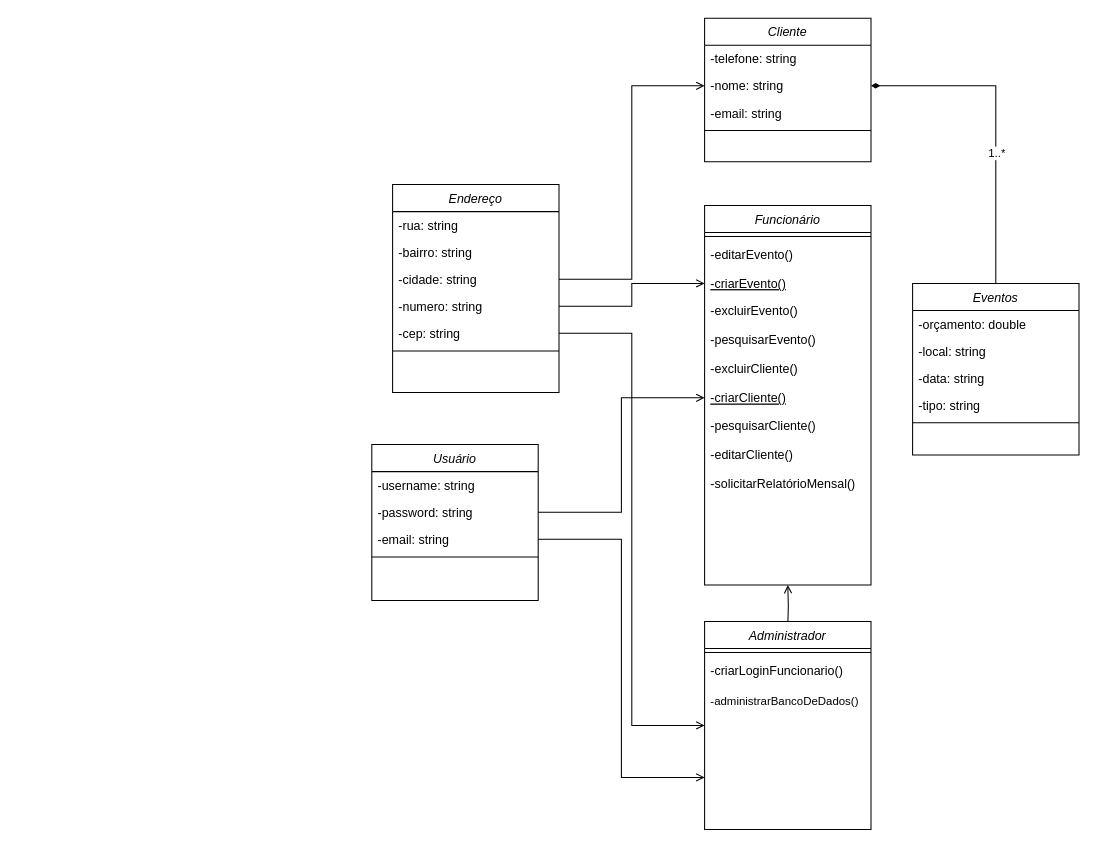
This is 4° Período/Análise e Projeto de Sistemas (Janderson)/Atividade 02/Diagrama de Classes (Buffet LuDa)atualizado.drawio from lucaslucenak/cc-UEPB, a draw.io file, before an edit. Source tidied: cells renumbered, new cells numbered last; positions are measured from the earlier drawing's top-left corner, leaving out a move shared by most shapes. Both pictures are drawn from the tidied source at 104%, with x=0, y=0 at pixel (371, 18).
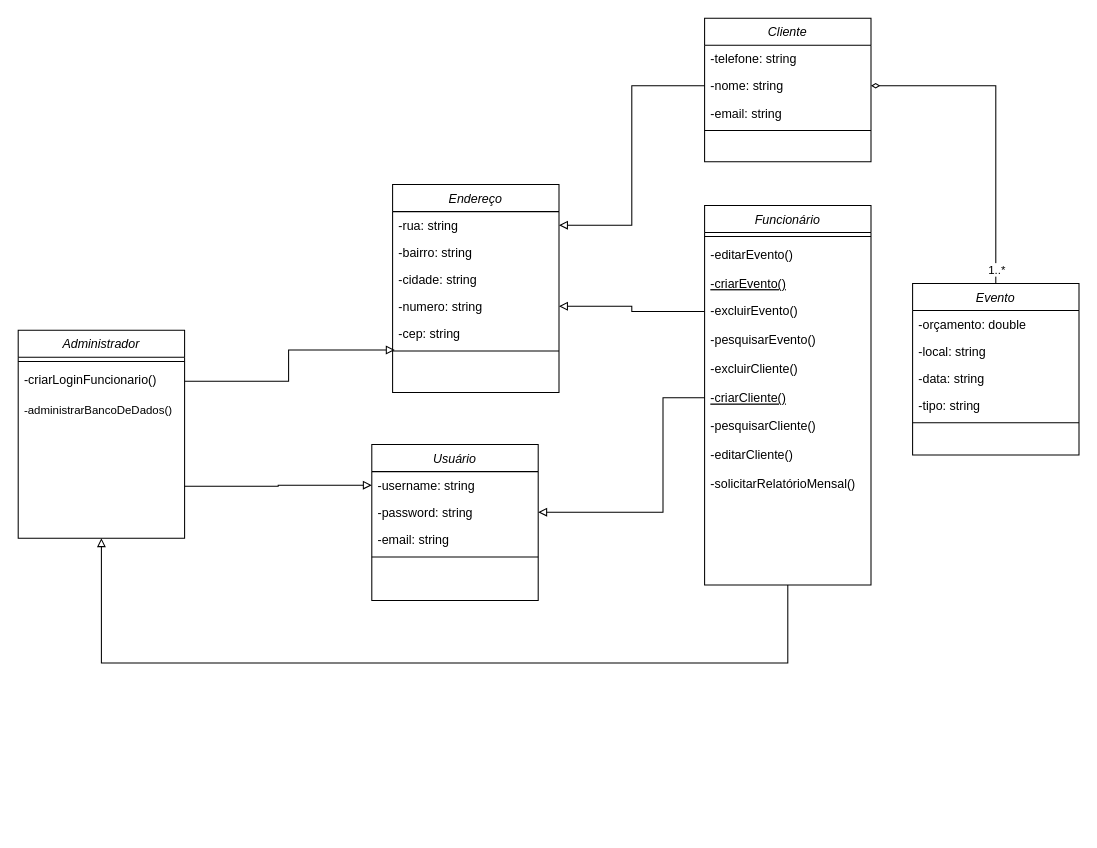
Above is the later version.

The change refers to these unchanged cells:
```xml
<mxCell id="4" value="-nome: string" style="text;align=left;verticalAlign=top;spacingLeft=4;spacingRight=4;overflow=hidden;points=[[0,0.5],[1,0.5]];portConstraint=eastwest;" parent="2" vertex="1">
  <mxGeometry y="52" width="160" height="26" as="geometry" />
</mxCell>
<mxCell id="7" value="Funcionário" style="swimlane;fontStyle=2;align=center;verticalAlign=top;horizontal=1;startSize=26;rounded=0;shadow=0;strokeWidth=1;" parent="1" vertex="1">
  <mxGeometry x="320" y="180" width="160" height="365" as="geometry" />
</mxCell>
<mxCell id="10" value="-criarEvento()" style="text;align=left;verticalAlign=top;spacingLeft=4;spacingRight=4;overflow=hidden;points=[[0,0.5],[1,0.5]];portConstraint=eastwest;fontStyle=4;" parent="7" vertex="1">
  <mxGeometry y="62" width="160" height="26" as="geometry" />
</mxCell>
<mxCell id="11" value="-excluirEvento()" style="text;align=left;verticalAlign=top;spacingLeft=4;spacingRight=4;overflow=hidden;points=[[0,0.5],[1,0.5]];portConstraint=eastwest;" parent="7" vertex="1">
  <mxGeometry y="88" width="160" height="28" as="geometry" />
</mxCell>
<mxCell id="14" value="-criarCliente()" style="text;align=left;verticalAlign=top;spacingLeft=4;spacingRight=4;overflow=hidden;points=[[0,0.5],[1,0.5]];portConstraint=eastwest;fontStyle=4;" parent="7" vertex="1">
  <mxGeometry y="172" width="160" height="26" as="geometry" />
</mxCell>
<mxCell id="29" value="-criarLoginFuncionario()" style="text;align=left;verticalAlign=top;spacingLeft=4;spacingRight=4;overflow=hidden;points=[[0,0.5],[1,0.5]];portConstraint=eastwest;" parent="27" vertex="1">
  <mxGeometry y="34" width="160" height="30" as="geometry" />
</mxCell>
<mxCell id="32" value="-rua: string" style="text;align=left;verticalAlign=top;spacingLeft=4;spacingRight=4;overflow=hidden;points=[[0,0.5],[1,0.5]];portConstraint=eastwest;rounded=0;shadow=0;html=0;" parent="31" vertex="1">
  <mxGeometry y="26" width="160" height="26" as="geometry" />
</mxCell>
<mxCell id="34" value="-cidade: string" style="text;align=left;verticalAlign=top;spacingLeft=4;spacingRight=4;overflow=hidden;points=[[0,0.5],[1,0.5]];portConstraint=eastwest;rounded=0;shadow=0;html=0;" parent="31" vertex="1">
  <mxGeometry y="78" width="160" height="26" as="geometry" />
</mxCell>
<mxCell id="35" value="-numero: string" style="text;align=left;verticalAlign=top;spacingLeft=4;spacingRight=4;overflow=hidden;points=[[0,0.5],[1,0.5]];portConstraint=eastwest;rounded=0;shadow=0;html=0;" parent="31" vertex="1">
  <mxGeometry y="104" width="160" height="26" as="geometry" />
</mxCell>
<mxCell id="36" value="-cep: string" style="text;align=left;verticalAlign=top;spacingLeft=4;spacingRight=4;overflow=hidden;points=[[0,0.5],[1,0.5]];portConstraint=eastwest;rounded=0;shadow=0;html=0;" parent="31" vertex="1">
  <mxGeometry y="130" width="160" height="26" as="geometry" />
</mxCell>
<mxCell id="37" style="line;html=1;strokeWidth=1;align=left;verticalAlign=middle;spacingTop=-1;spacingLeft=3;spacingRight=3;labelPosition=right;points=[];portConstraint=eastwest;" parent="31" vertex="1">
  <mxGeometry y="156" width="160" height="8" as="geometry" />
</mxCell>
<mxCell id="41" value="-username: string    " style="text;align=left;verticalAlign=top;spacingLeft=4;spacingRight=4;overflow=hidden;points=[[0,0.5],[1,0.5]];portConstraint=eastwest;rounded=0;shadow=0;html=0;" parent="40" vertex="1">
  <mxGeometry y="26" width="160" height="26" as="geometry" />
</mxCell>
<mxCell id="42" value="-password: string" style="text;align=left;verticalAlign=top;spacingLeft=4;spacingRight=4;overflow=hidden;points=[[0,0.5],[1,0.5]];portConstraint=eastwest;" parent="40" vertex="1">
  <mxGeometry y="52" width="160" height="26" as="geometry" />
</mxCell>
<mxCell id="43" value="-email: string" style="text;align=left;verticalAlign=top;spacingLeft=4;spacingRight=4;overflow=hidden;points=[[0,0.5],[1,0.5]];portConstraint=eastwest;rounded=0;shadow=0;html=0;" parent="40" vertex="1">
  <mxGeometry y="78" width="160" height="26" as="geometry" />
</mxCell>
```

What changed in the source:
```diff
@@
-    <mxCell id="18" style="edgeStyle=orthogonalEdgeStyle;rounded=0;jettySize=auto;html=1;exitX=0.5;exitY=0;exitDx=0;exitDy=0;entryX=1;entryY=0.5;entryDx=0;entryDy=0;fontSize=11;endArrow=diamondThin;endFill=1;" parent="1" edge="1" source="20" target="4">
+    <mxCell id="18" style="edgeStyle=orthogonalEdgeStyle;rounded=0;jettySize=auto;html=1;exitX=0.5;exitY=0;exitDx=0;exitDy=0;entryX=1;entryY=0.5;entryDx=0;entryDy=0;fontSize=11;endArrow=diamondThin;endFill=0;" parent="1" edge="1" source="20" target="4">
       <mxGeometry relative="1" as="geometry" />
     </mxCell>
     <mxCell id="19" value="1..*" style="edgeLabel;html=1;align=center;verticalAlign=middle;fontSize=11;" parent="18" vertex="1">
-      <mxGeometry x="-0.19" relative="1" as="geometry" />
+      <mxGeometry x="-0.19" relative="1" as="geometry">
+        <mxPoint y="112" as="offset" />
+      </mxGeometry>
     </mxCell>
-    <mxCell id="20" value="Eventos" style="swimlane;fontStyle=2;align=center;verticalAlign=top;horizontal=1;startSize=26;rounded=0;shadow=0;strokeWidth=1;" parent="1" vertex="1">
+    <mxCell id="20" value="Evento" style="swimlane;fontStyle=2;align=center;verticalAlign=top;horizontal=1;startSize=26;rounded=0;shadow=0;strokeWidth=1;" parent="1" vertex="1">
       <mxGeometry x="520" y="255" width="160" height="165" as="geometry" />
     </mxCell>
@@
-    <mxCell id="26" style="edgeStyle=orthogonalEdgeStyle;rounded=0;jettySize=auto;html=1;exitX=0.5;exitY=0;exitDx=0;exitDy=0;entryX=0.5;entryY=1;entryDx=0;entryDy=0;fontSize=11;endArrow=open;endFill=0;" parent="1" edge="1" target="7">
+    <mxCell id="26" style="edgeStyle=orthogonalEdgeStyle;rounded=0;jettySize=auto;html=1;entryX=0.5;entryY=1;entryDx=0;entryDy=0;fontSize=11;endArrow=block;endFill=0;exitX=0.5;exitY=1;exitDx=0;exitDy=0;" parent="1" edge="1" source="7" target="27">
       <mxGeometry relative="1" as="geometry">
-        <mxPoint x="400" y="585" as="sourcePoint" />
+        <Array as="points">
+          <mxPoint x="400" y="620" />
+          <mxPoint x="-260" y="620" />
+        </Array>
       </mxGeometry>
     </mxCell>
     <mxCell id="27" value="Administrador" style="swimlane;fontStyle=2;align=center;verticalAlign=top;horizontal=1;startSize=26;rounded=0;shadow=0;strokeWidth=1;" parent="1" vertex="1">
-      <mxGeometry x="320" y="580" width="160" height="200" as="geometry" />
+      <mxGeometry x="-340" y="300" width="160" height="200" as="geometry" />
     </mxCell>
@@
-    <mxCell id="38" style="edgeStyle=orthogonalEdgeStyle;rounded=0;jettySize=auto;html=1;exitX=1;exitY=0.5;exitDx=0;exitDy=0;entryX=0;entryY=0.5;entryDx=0;entryDy=0;endArrow=open;endFill=0;" parent="1" edge="1" source="35" target="10">
+    <mxCell id="38" style="edgeStyle=orthogonalEdgeStyle;rounded=0;jettySize=auto;html=1;entryX=1;entryY=0.5;entryDx=0;entryDy=0;endArrow=block;endFill=0;exitX=0;exitY=0.5;exitDx=0;exitDy=0;" parent="1" edge="1" source="11" target="35">
       <mxGeometry relative="1" as="geometry" />
     </mxCell>
-    <mxCell id="39" style="edgeStyle=orthogonalEdgeStyle;rounded=0;jettySize=auto;html=1;exitX=1;exitY=0.5;exitDx=0;exitDy=0;entryX=0;entryY=0.5;entryDx=0;entryDy=0;endArrow=open;endFill=0;" parent="1" edge="1" source="34" target="4">
+    <mxCell id="39" style="edgeStyle=orthogonalEdgeStyle;rounded=0;jettySize=auto;html=1;exitX=0;exitY=0.5;exitDx=0;exitDy=0;endArrow=block;endFill=0;entryX=1;entryY=0.5;entryDx=0;entryDy=0;" parent="1" edge="1" source="4" target="32">
       <mxGeometry relative="1" as="geometry" />
     </mxCell>
@@
-    <mxCell id="45" style="edgeStyle=orthogonalEdgeStyle;rounded=0;jettySize=auto;html=1;exitX=1;exitY=0.5;exitDx=0;exitDy=0;entryX=0;entryY=0.5;entryDx=0;entryDy=0;endArrow=open;endFill=0;" parent="1" edge="1" source="36" target="27">
+    <mxCell id="45" style="edgeStyle=orthogonalEdgeStyle;rounded=0;jettySize=auto;html=1;exitX=1;exitY=0.5;exitDx=0;exitDy=0;endArrow=block;endFill=0;entryX=0.013;entryY=0.375;entryDx=0;entryDy=0;entryPerimeter=0;" parent="1" edge="1" source="29" target="37">
       <mxGeometry relative="1" as="geometry" />
     </mxCell>
-    <mxCell id="46" style="edgeStyle=orthogonalEdgeStyle;rounded=0;jettySize=auto;html=1;exitX=1;exitY=0.5;exitDx=0;exitDy=0;entryX=0;entryY=0.5;entryDx=0;entryDy=0;endArrow=open;endFill=0;" parent="1" edge="1" source="42" target="14">
-      <mxGeometry relative="1" as="geometry" />
+    <mxCell id="46" style="edgeStyle=orthogonalEdgeStyle;rounded=0;jettySize=auto;html=1;entryX=1;entryY=0.5;entryDx=0;entryDy=0;endArrow=block;endFill=0;exitX=0;exitY=0.5;exitDx=0;exitDy=0;" parent="1" edge="1" source="14" target="42">
+      <mxGeometry relative="1" as="geometry">
+        <Array as="points">
+          <mxPoint x="280" y="365" />
+          <mxPoint x="280" y="475" />
+        </Array>
+      </mxGeometry>
     </mxCell>
-    <mxCell id="47" style="edgeStyle=orthogonalEdgeStyle;rounded=0;jettySize=auto;html=1;exitX=1;exitY=0.5;exitDx=0;exitDy=0;entryX=0;entryY=0.75;entryDx=0;entryDy=0;endArrow=open;endFill=0;" parent="1" edge="1" source="43" target="27">
+    <mxCell id="47" style="edgeStyle=orthogonalEdgeStyle;rounded=0;jettySize=auto;html=1;exitX=1;exitY=0.75;exitDx=0;exitDy=0;endArrow=block;endFill=0;entryX=0;entryY=0.5;entryDx=0;entryDy=0;" parent="1" edge="1" source="27" target="41">
       <mxGeometry relative="1" as="geometry" />
     </mxCell>
```
